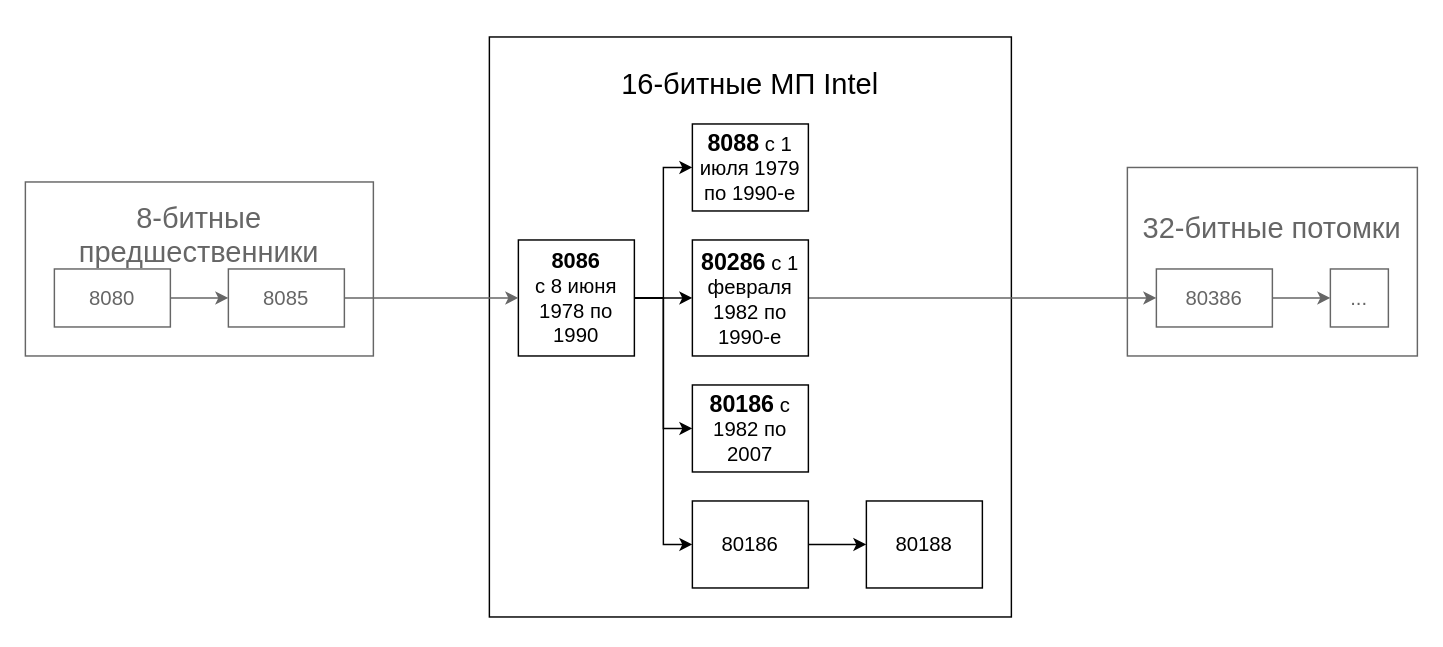
Before: Генеалогия 16-битных МП Intel.drawio in DMfananddu/DSM, a draw.io diagram. Source tidied: cells renumbered, new cells numbered last; positions are measured from the earlier drawing's top-left corner, leaving out a move shared by most shapes. Both pictures are drawn from the tidied source at 145%, with x=0, y=0 at pixel (25, 36).
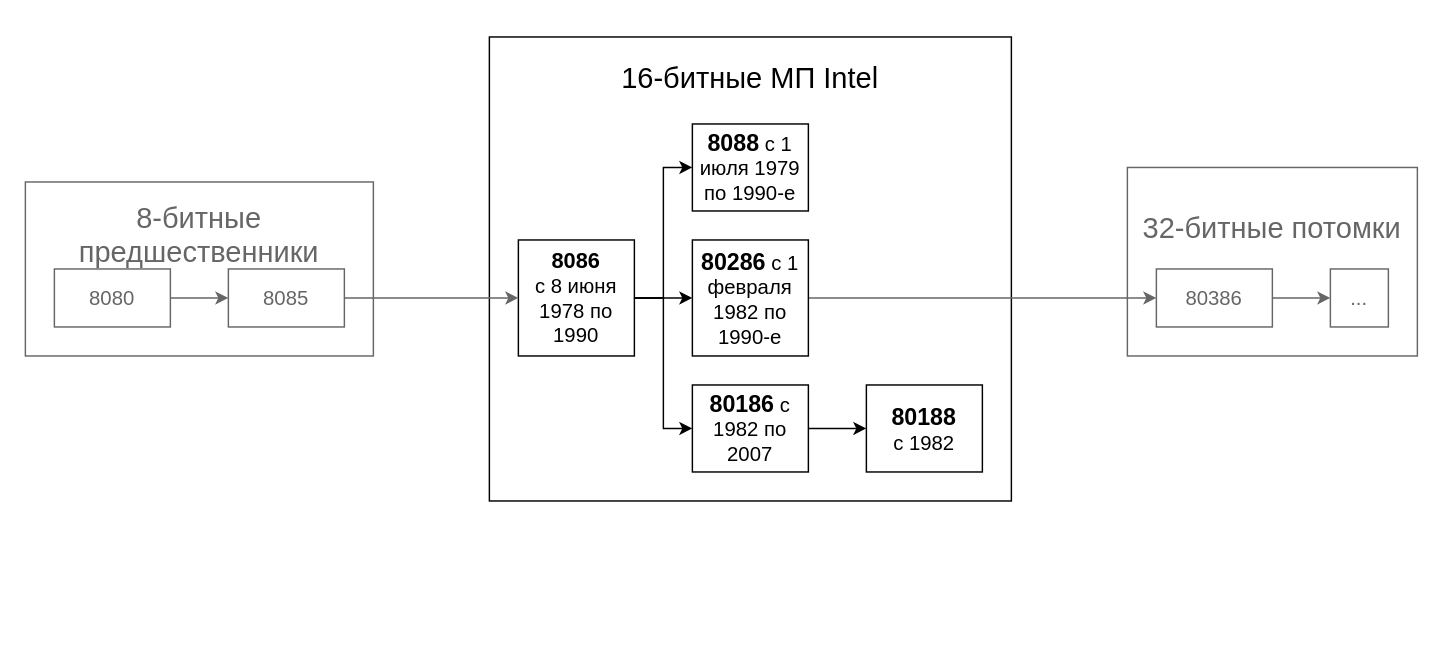
The same page after the edit.

Unchanged cells that the change refers to:
```xml
<mxCell id="9" value="&lt;b style=&quot;font-size: 15px&quot;&gt;8086&lt;/b&gt;&lt;br&gt;с 8 июня 1978 по 1990" style="rounded=0;whiteSpace=wrap;html=1;strokeWidth=1;fontSize=14;" parent="1" vertex="1">
  <mxGeometry x="340" y="140" width="80" height="80" as="geometry" />
</mxCell>
```

Diff of the diagram source:
```diff
@@
-    <mxCell id="4" value="&lt;font style=&quot;font-size: 20px&quot;&gt;&lt;br&gt;16-битные МП Intel&lt;br&gt;&lt;br&gt;&lt;br&gt;&lt;br&gt;&lt;br&gt;&lt;br&gt;&lt;br&gt;&lt;br&gt;&lt;br&gt;&lt;br&gt;&lt;br&gt;&lt;br&gt;&lt;br&gt;&lt;br&gt;&lt;br&gt;&lt;br&gt;&lt;/font&gt;" style="rounded=0;whiteSpace=wrap;html=1;" parent="1" vertex="1">
-      <mxGeometry x="320" width="360" height="400" as="geometry" />
+    <mxCell id="4" value="&lt;font style=&quot;font-size: 20px&quot;&gt;&lt;br&gt;16-битные МП Intel&lt;br&gt;&lt;br&gt;&lt;br&gt;&lt;br&gt;&lt;br&gt;&lt;br&gt;&lt;br&gt;&lt;br&gt;&lt;br&gt;&lt;br&gt;&lt;br&gt;&lt;br&gt;&lt;br&gt;&lt;/font&gt;" style="rounded=0;whiteSpace=wrap;html=1;" parent="1" vertex="1">
+      <mxGeometry x="320" width="360" height="320" as="geometry" />
     </mxCell>
@@
-    <mxCell id="8" style="edgeStyle=orthogonalEdgeStyle;rounded=0;jettySize=auto;html=1;exitX=1;exitY=0.5;exitDx=0;exitDy=0;entryX=0;entryY=0.5;entryDx=0;entryDy=0;strokeColor=#000000;fontSize=14;" parent="1" edge="1" source="9" target="22">
-      <mxGeometry relative="1" as="geometry" />
-    </mxCell>
@@
-    <mxCell id="10" value="80188" style="rounded=0;whiteSpace=wrap;html=1;strokeWidth=1;fontSize=14;" parent="1" vertex="1">
-      <mxGeometry x="580" y="320" width="80" height="60" as="geometry" />
+    <mxCell id="10" value="&lt;font style=&quot;font-size: 16px&quot;&gt;&lt;b&gt;80188&lt;/b&gt;&lt;/font&gt;&lt;br&gt;с 1982" style="rounded=0;whiteSpace=wrap;html=1;strokeWidth=1;fontSize=14;" parent="1" vertex="1">
+      <mxGeometry x="580" y="240" width="80" height="60" as="geometry" />
     </mxCell>
@@
-    <mxCell id="14" value="80186" style="rounded=0;whiteSpace=wrap;html=1;strokeWidth=1;fontSize=14;" parent="1" vertex="1">
-      <mxGeometry x="460" y="320" width="80" height="60" as="geometry" />
+    <mxCell id="14" value="&lt;b style=&quot;font-size: 16px&quot;&gt;&lt;font style=&quot;font-size: 16px&quot;&gt;80186&lt;/font&gt;&lt;/b&gt; с 1982 по 2007" style="rounded=0;whiteSpace=wrap;html=1;strokeWidth=1;fontSize=14;" parent="1" vertex="1">
+      <mxGeometry x="460" y="240" width="80" height="60" as="geometry" />
     </mxCell>
@@
-    <mxCell id="22" value="&lt;font style=&quot;font-size: 16px&quot;&gt;&lt;b&gt;80186&lt;/b&gt;&lt;/font&gt; с 1982 по 2007" style="rounded=0;whiteSpace=wrap;html=1;strokeWidth=1;fontSize=14;" parent="1" vertex="1">
-      <mxGeometry x="460" y="240" width="80" height="60" as="geometry" />
-    </mxCell>
```
